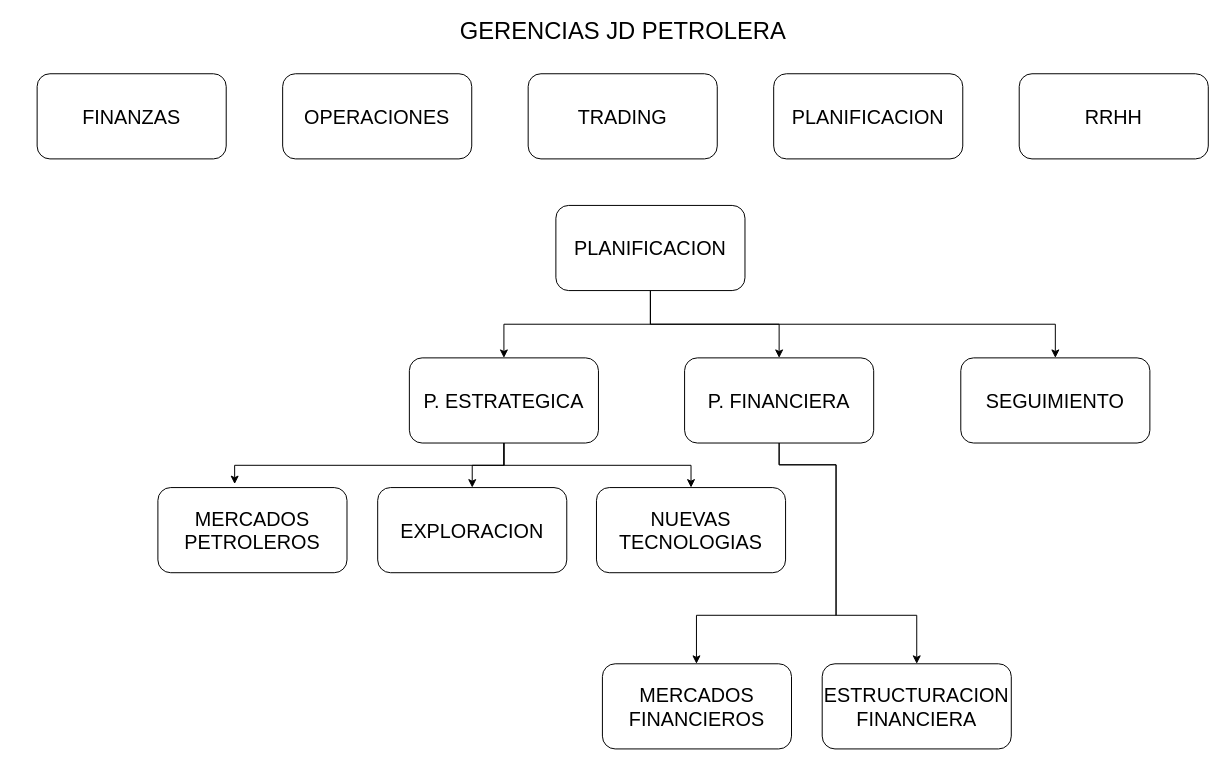
joselara112/diagrams keeps this draw.io diagram as page "PLANNING" (4 of 6) of estructura_jd_petrolera.drawio. Above is the earlier version. Source tidied: cells renumbered, new cells numbered last; positions are measured from the earlier drawing's top-left corner, leaving out a move shared by most shapes. Both pictures are drawn from the tidied source at 99%, with x=0, y=0 at pixel (37, 21).
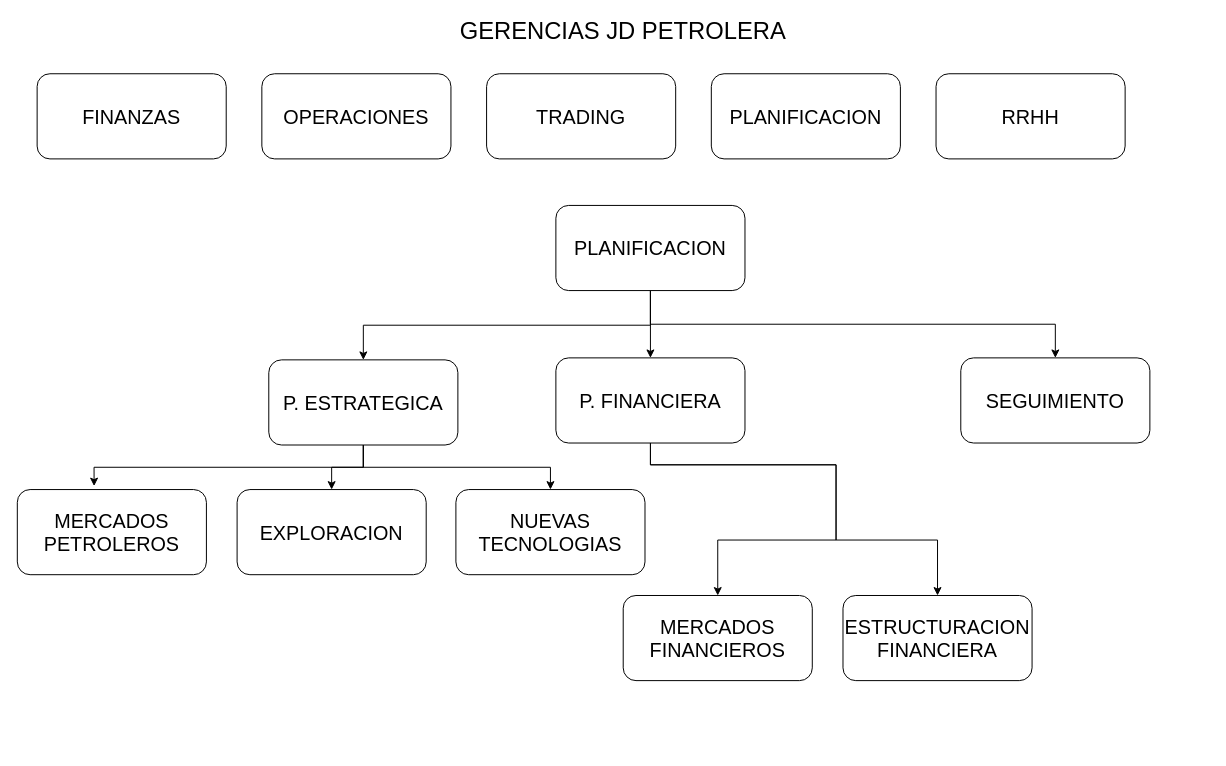
Above is the later version.

Diff of the diagram source:
```diff
@@
-    <mxCell id="2" value="&lt;font style=&quot;font-size: 20px&quot;&gt;OPERACIONES&lt;/font&gt;" style="rounded=1;whiteSpace=wrap;html=1;" parent="1" vertex="1">
-      <mxGeometry x="248" y="53" width="191" height="86" as="geometry" />
-    </mxCell>
@@
-    <mxCell id="7" value="&lt;font style=&quot;font-size: 20px&quot;&gt;TRADING&lt;/font&gt;" style="rounded=1;whiteSpace=wrap;html=1;" parent="1" vertex="1">
-      <mxGeometry x="496" y="53" width="191" height="86" as="geometry" />
-    </mxCell>
-    <mxCell id="8" value="&lt;font style=&quot;font-size: 20px&quot;&gt;PLANIFICACION&lt;/font&gt;" style="rounded=1;whiteSpace=wrap;html=1;" parent="1" vertex="1">
-      <mxGeometry x="744" y="53" width="191" height="86" as="geometry" />
-    </mxCell>
-    <mxCell id="9" value="&lt;font style=&quot;font-size: 20px&quot;&gt;RRHH&lt;/font&gt;" style="rounded=1;whiteSpace=wrap;html=1;" parent="1" vertex="1">
-      <mxGeometry x="992" y="53" width="191" height="86" as="geometry" />
-    </mxCell>
@@
     <mxCell id="14" value="&lt;font style=&quot;font-size: 20px&quot;&gt;P. ESTRATEGICA&lt;/font&gt;" style="rounded=1;whiteSpace=wrap;html=1;" parent="1" vertex="1">
-      <mxGeometry x="376" y="340" width="191" height="86" as="geometry" />
+      <mxGeometry x="234" y="342" width="191" height="86" as="geometry" />
     </mxCell>
@@
-    <mxCell id="16" value="&lt;font style=&quot;font-size: 20px&quot;&gt;FINANZAS&lt;/font&gt;" style="rounded=1;whiteSpace=wrap;html=1;" parent="1" vertex="1">
-      <mxGeometry y="53" width="191" height="86" as="geometry" />
-    </mxCell>
     <mxCell id="17" style="edgeStyle=orthogonalEdgeStyle;rounded=0;jettySize=auto;html=1;exitX=0.5;exitY=1;exitDx=0;exitDy=0;entryX=0.5;entryY=0;entryDx=0;entryDy=0;" parent="1" edge="1" source="19" target="24">
       <mxGeometry relative="1" as="geometry">
         <Array as="points">
-          <mxPoint x="750" y="448" />
+          <mxPoint x="619" y="448" />
           <mxPoint x="807" y="448" />
-          <mxPoint x="807" y="600" />
-          <mxPoint x="888" y="600" />
+          <mxPoint x="807" y="524" />
+          <mxPoint x="909" y="524" />
         </Array>
       </mxGeometry>
     </mxCell>
-    <mxCell id="18" style="edgeStyle=orthogonalEdgeStyle;rounded=0;jettySize=auto;html=1;exitX=0.5;exitY=1;exitDx=0;exitDy=0;" parent="1" edge="1" source="19" target="23">
+    <mxCell id="18" style="edgeStyle=orthogonalEdgeStyle;rounded=0;jettySize=auto;html=1;exitX=0.5;exitY=1;exitDx=0;exitDy=0;entryX=0.5;entryY=0;entryDx=0;entryDy=0;" parent="1" edge="1" source="19" target="23">
       <mxGeometry relative="1" as="geometry">
         <Array as="points">
-          <mxPoint x="750" y="448" />
+          <mxPoint x="619" y="448" />
           <mxPoint x="807" y="448" />
-          <mxPoint x="807" y="600" />
-          <mxPoint x="666" y="600" />
+          <mxPoint x="807" y="524" />
+          <mxPoint x="687" y="524" />
         </Array>
       </mxGeometry>
     </mxCell>
     <mxCell id="19" value="&lt;span style=&quot;font-size: 20px&quot;&gt;P. FINANCIERA&lt;/span&gt;" style="rounded=1;whiteSpace=wrap;html=1;" parent="1" vertex="1">
-      <mxGeometry x="654" y="340" width="191" height="86" as="geometry" />
+      <mxGeometry x="524" y="340" width="191" height="86" as="geometry" />
     </mxCell>
     <mxCell id="20" value="&lt;font style=&quot;font-size: 20px&quot;&gt;NUEVAS TECNOLOGIAS&lt;/font&gt;" style="rounded=1;whiteSpace=wrap;html=1;" parent="1" vertex="1">
-      <mxGeometry x="565" y="471" width="191" height="86" as="geometry" />
+      <mxGeometry x="423" y="473" width="191" height="86" as="geometry" />
     </mxCell>
     <mxCell id="21" value="&lt;font style=&quot;font-size: 20px&quot;&gt;EXPLORACION&lt;/font&gt;" style="rounded=1;whiteSpace=wrap;html=1;" parent="1" vertex="1">
-      <mxGeometry x="344" y="471" width="191" height="86" as="geometry" />
+      <mxGeometry x="202" y="473" width="191" height="86" as="geometry" />
     </mxCell>
     <mxCell id="22" value="&lt;font style=&quot;font-size: 20px&quot;&gt;MERCADOS PETROLEROS&lt;/font&gt;" style="rounded=1;whiteSpace=wrap;html=1;" parent="1" vertex="1">
-      <mxGeometry x="122" y="471" width="191" height="86" as="geometry" />
+      <mxGeometry x="-20" y="473" width="191" height="86" as="geometry" />
     </mxCell>
     <mxCell id="23" value="&lt;span style=&quot;font-size: 20px&quot;&gt;MERCADOS FINANCIEROS&lt;/span&gt;" style="rounded=1;whiteSpace=wrap;html=1;" parent="1" vertex="1">
-      <mxGeometry x="571" y="649" width="191" height="86" as="geometry" />
+      <mxGeometry x="592" y="580" width="191" height="86" as="geometry" />
     </mxCell>
     <mxCell id="24" value="&lt;span style=&quot;font-size: 20px&quot;&gt;ESTRUCTURACION FINANCIERA&lt;/span&gt;" style="rounded=1;whiteSpace=wrap;html=1;" parent="1" vertex="1">
-      <mxGeometry x="793" y="649" width="191" height="86" as="geometry" />
+      <mxGeometry x="814" y="580" width="191" height="86" as="geometry" />
     </mxCell>
+    <mxCell id="2" value="&lt;font style=&quot;font-size: 20px&quot;&gt;OPERACIONES&lt;/font&gt;" style="rounded=1;whiteSpace=wrap;html=1;" parent="1" vertex="1">
+      <mxGeometry x="227" y="53" width="191" height="86" as="geometry" />
+    </mxCell>
+    <mxCell id="16" value="&lt;font style=&quot;font-size: 20px&quot;&gt;FINANZAS&lt;/font&gt;" style="rounded=1;whiteSpace=wrap;html=1;" parent="1" vertex="1">
+      <mxGeometry y="53" width="191" height="86" as="geometry" />
+    </mxCell>
+    <mxCell id="7" value="&lt;font style=&quot;font-size: 20px&quot;&gt;TRADING&lt;/font&gt;" style="rounded=1;whiteSpace=wrap;html=1;" parent="1" vertex="1">
+      <mxGeometry x="454" y="53" width="191" height="86" as="geometry" />
+    </mxCell>
+    <mxCell id="8" value="&lt;font style=&quot;font-size: 20px&quot;&gt;PLANIFICACION&lt;/font&gt;" style="rounded=1;whiteSpace=wrap;html=1;" parent="1" vertex="1">
+      <mxGeometry x="681" y="53" width="191" height="86" as="geometry" />
+    </mxCell>
+    <mxCell id="9" value="&lt;font style=&quot;font-size: 20px&quot;&gt;RRHH&lt;/font&gt;" style="rounded=1;whiteSpace=wrap;html=1;" parent="1" vertex="1">
+      <mxGeometry x="908" y="53" width="191" height="86" as="geometry" />
+    </mxCell>
```
